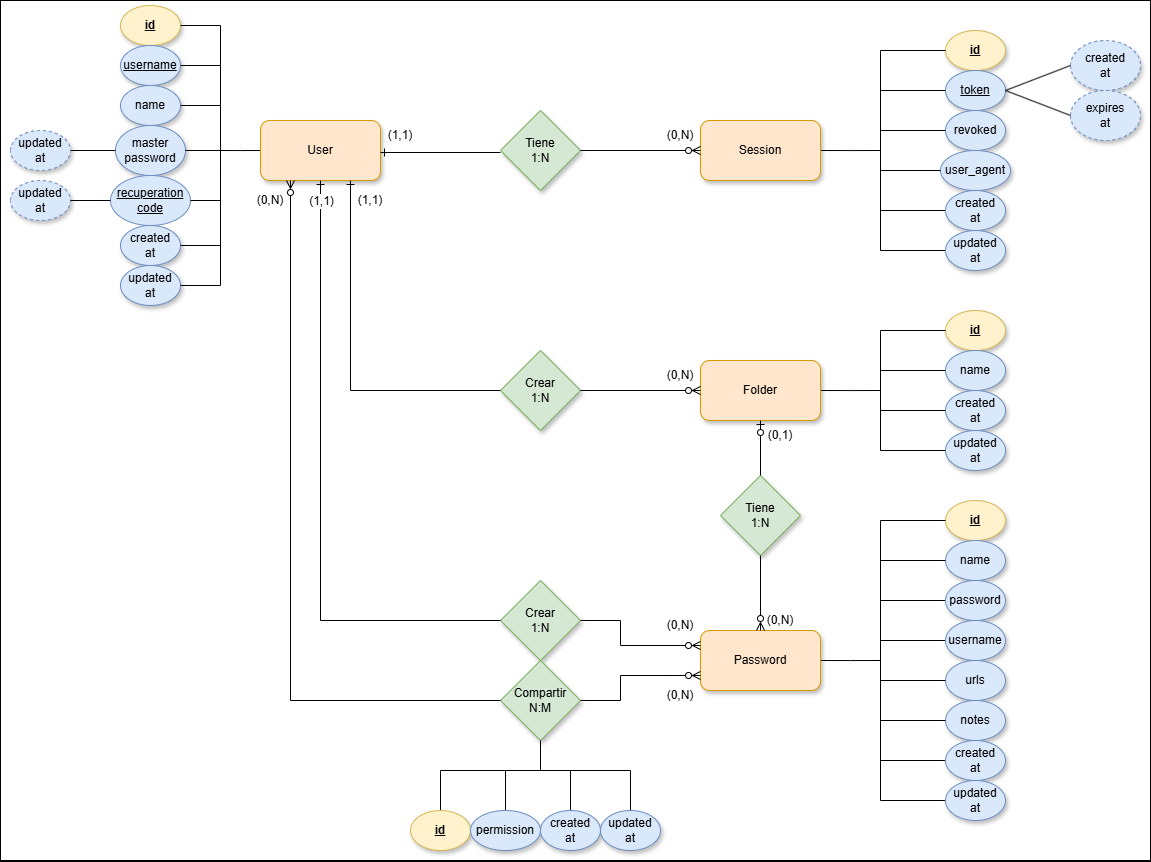
Earlier version of the draw.io export assets/modelo-entidad-relacion.png (miguel-educa/daw-proyecto). Source tidied: cells renumbered, new cells last; positions are measured from the earlier drawing's top-left corner, leaving out a move shared by most shapes.
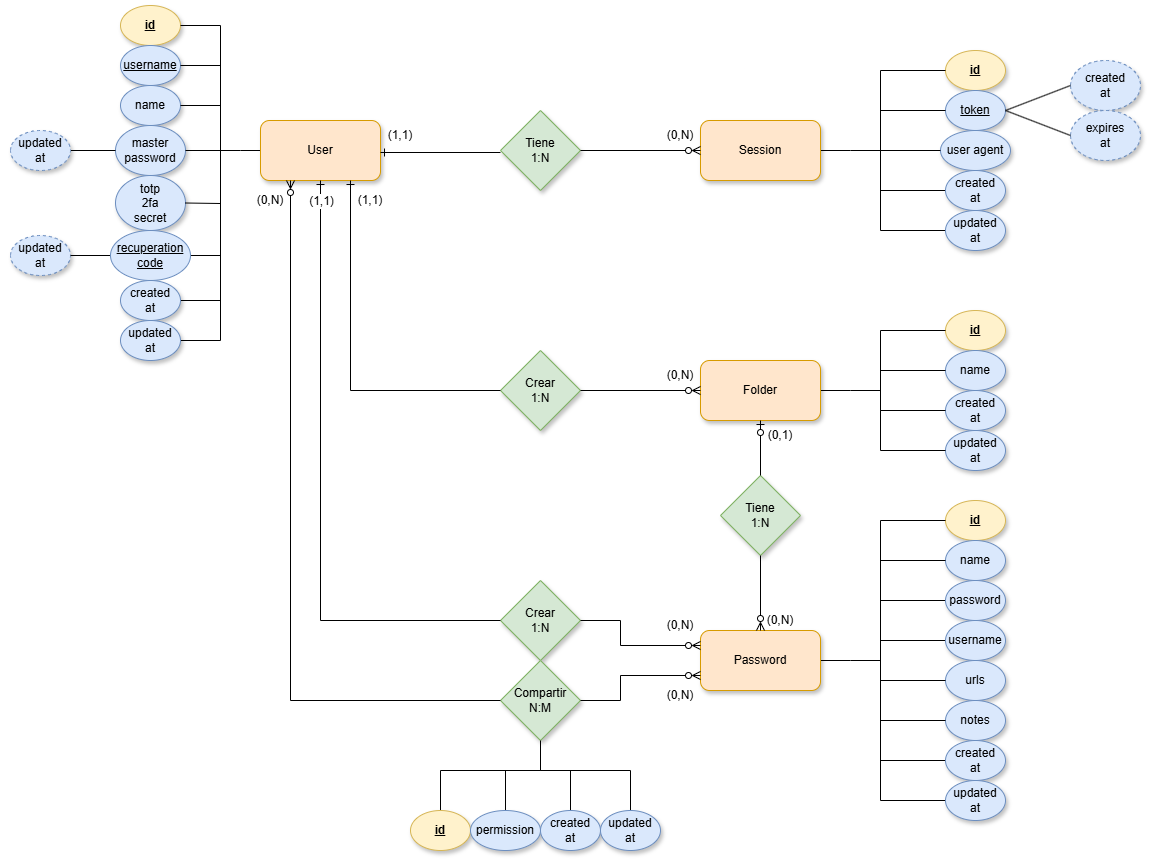
After the change.

The edit, as a diff of the source:
```diff
@@ -2,9 +2,9 @@
   <root>
     <mxCell id="0" />
     <mxCell id="1" parent="0" />
-    <mxCell id="2" style="rounded=0;whiteSpace=wrap;html=1;" parent="1" vertex="1">
-      <mxGeometry width="1150" height="860" as="geometry" />
-    </mxCell>
+    <mxCell id="103" style="rounded=0;whiteSpace=wrap;html=1;strokeColor=none;" parent="1" vertex="1">
+      <mxGeometry width="1150" height="860" as="geometry" />
+    </mxCell>
     <mxCell id="3" value="id" style="ellipse;whiteSpace=wrap;html=1;fontStyle=5;fillColor=#fff2cc;strokeColor=#d6b656;shadow=1;" parent="1" vertex="1">
       <mxGeometry x="120" y="5" width="60" height="40" as="geometry" />
     </mxCell>
@@ -17,15 +17,6 @@
     <mxCell id="6" value="master&lt;div&gt;password&lt;/div&gt;" style="ellipse;whiteSpace=wrap;html=1;fillColor=#dae8fc;strokeColor=#6c8ebf;shadow=1;" parent="1" vertex="1">
       <mxGeometry x="115" y="125" width="70" height="50" as="geometry" />
     </mxCell>
-    <mxCell id="7" value="&lt;u&gt;recuperation&lt;/u&gt;&lt;div&gt;&lt;u&gt;code&lt;/u&gt;&lt;/div&gt;" style="ellipse;whiteSpace=wrap;html=1;fillColor=#dae8fc;strokeColor=#6c8ebf;" parent="1" vertex="1">
-      <mxGeometry x="110" y="175" width="80" height="50" as="geometry" />
-    </mxCell>
-    <mxCell id="8" value="created&lt;div&gt;at&lt;/div&gt;" style="ellipse;whiteSpace=wrap;html=1;fillColor=#dae8fc;strokeColor=#6c8ebf;shadow=1;" parent="1" vertex="1">
-      <mxGeometry x="120" y="225" width="60" height="40" as="geometry" />
-    </mxCell>
-    <mxCell id="9" value="updated&lt;div&gt;at&lt;/div&gt;" style="ellipse;whiteSpace=wrap;html=1;fillColor=#dae8fc;strokeColor=#6c8ebf;shadow=1;" parent="1" vertex="1">
-      <mxGeometry x="120" y="265" width="60" height="40" as="geometry" />
-    </mxCell>
     <mxCell id="10" style="edgeStyle=orthogonalEdgeStyle;rounded=0;jettySize=auto;html=1;exitX=0;exitY=0.5;exitDx=0;exitDy=0;strokeColor=default;endArrow=none;startFill=0;" parent="1" edge="1" source="11">
       <mxGeometry relative="1" as="geometry">
         <mxPoint x="220" y="150" as="targetPoint" />
@@ -52,17 +43,17 @@
     </mxCell>
     <mxCell id="15" style="endArrow=none;html=1;rounded=0;entryX=1;entryY=0.5;entryDx=0;entryDy=0;strokeColor=default;" parent="1" edge="1" target="7">
       <mxGeometry relative="1" as="geometry">
-        <mxPoint x="220" y="170" as="sourcePoint" />
+        <mxPoint x="220" y="225" as="sourcePoint" />
         <Array as="points">
-          <mxPoint x="220" y="200" />
+          <mxPoint x="220" y="255" />
         </Array>
       </mxGeometry>
     </mxCell>
     <mxCell id="16" style="endArrow=none;html=1;rounded=0;entryX=1;entryY=0.5;entryDx=0;entryDy=0;strokeColor=default;" parent="1" edge="1" target="9">
       <mxGeometry relative="1" as="geometry">
-        <mxPoint x="220" y="170" as="sourcePoint" />
+        <mxPoint x="220" y="225" as="sourcePoint" />
         <Array as="points">
-          <mxPoint x="220" y="285" />
+          <mxPoint x="220" y="340" />
         </Array>
       </mxGeometry>
     </mxCell>
@@ -84,23 +75,23 @@
     </mxCell>
     <mxCell id="19" style="endArrow=none;html=1;rounded=0;entryX=1;entryY=0.5;entryDx=0;entryDy=0;strokeColor=default;" parent="1" edge="1" target="8">
       <mxGeometry relative="1" as="geometry">
-        <mxPoint x="220" y="170" as="sourcePoint" />
+        <mxPoint x="220" y="150" as="sourcePoint" />
         <Array as="points">
-          <mxPoint x="220" y="245" />
+          <mxPoint x="220" y="300" />
         </Array>
       </mxGeometry>
     </mxCell>
     <mxCell id="20" value="id" style="ellipse;whiteSpace=wrap;html=1;direction=west;fontStyle=5;fillColor=#fff2cc;strokeColor=#d6b656;shadow=1;" parent="1" vertex="1">
-      <mxGeometry x="945" y="30" width="60" height="40" as="geometry" />
+      <mxGeometry x="945" y="50" width="60" height="40" as="geometry" />
     </mxCell>
     <mxCell id="21" value="&lt;u&gt;token&lt;/u&gt;" style="ellipse;whiteSpace=wrap;html=1;direction=west;fillColor=#dae8fc;strokeColor=#6c8ebf;shadow=1;" parent="1" vertex="1">
-      <mxGeometry x="945" y="70" width="60" height="40" as="geometry" />
+      <mxGeometry x="945" y="90" width="60" height="40" as="geometry" />
     </mxCell>
     <mxCell id="22" value="&lt;div&gt;created&lt;div&gt;at&lt;/div&gt;&lt;/div&gt;" style="ellipse;whiteSpace=wrap;html=1;direction=west;fillColor=#dae8fc;strokeColor=#6c8ebf;shadow=1;dashed=1;" parent="1" vertex="1">
-      <mxGeometry x="1070" y="40" width="70" height="50" as="geometry" />
+      <mxGeometry x="1070" y="60" width="70" height="50" as="geometry" />
     </mxCell>
     <mxCell id="23" value="&lt;div&gt;expires&lt;/div&gt;&lt;div&gt;at&lt;/div&gt;" style="ellipse;whiteSpace=wrap;html=1;direction=west;fillColor=#dae8fc;strokeColor=#6c8ebf;shadow=1;dashed=1;" parent="1" vertex="1">
-      <mxGeometry x="1070" y="90" width="70" height="50" as="geometry" />
+      <mxGeometry x="1070" y="110" width="70" height="50" as="geometry" />
     </mxCell>
     <mxCell id="24" style="edgeStyle=orthogonalEdgeStyle;rounded=0;jettySize=auto;html=1;exitX=0;exitY=0.5;exitDx=0;exitDy=0;strokeColor=default;endArrow=none;startFill=0;" parent="1" edge="1" source="25">
       <mxGeometry relative="1" as="geometry">
@@ -114,7 +105,7 @@
       <mxGeometry relative="1" as="geometry">
         <mxPoint x="880" y="150" as="sourcePoint" />
         <Array as="points">
-          <mxPoint x="880" y="50" />
+          <mxPoint x="880" y="70" />
         </Array>
       </mxGeometry>
     </mxCell>
@@ -125,7 +116,7 @@
       <mxGeometry relative="1" as="geometry">
         <mxPoint x="880" y="150" as="sourcePoint" />
         <Array as="points">
-          <mxPoint x="880" y="250" />
+          <mxPoint x="880" y="230" />
         </Array>
       </mxGeometry>
     </mxCell>
@@ -137,13 +128,13 @@
         <mxPoint x="880" y="170" as="sourcePoint" />
         <Array as="points">
           <mxPoint x="880" y="150" />
-          <mxPoint x="880" y="90" />
+          <mxPoint x="880" y="110" />
         </Array>
       </mxGeometry>
     </mxCell>
     <mxCell id="31" style="endArrow=none;html=1;rounded=0;entryX=1;entryY=0.5;entryDx=0;entryDy=0;strokeColor=default;" parent="1" edge="1" target="100">
       <mxGeometry relative="1" as="geometry">
-        <mxPoint x="880" y="210" as="sourcePoint" />
+        <mxPoint x="880" y="190" as="sourcePoint" />
       </mxGeometry>
     </mxCell>
     <mxCell id="32" value="Tiene&lt;div&gt;1:N&lt;/div&gt;" style="rhombus;whiteSpace=wrap;html=1;fillColor=#d5e8d4;strokeColor=#82b366;shadow=1;" parent="1" vertex="1">
@@ -373,7 +364,7 @@
       <mxGeometry x="10" y="130" width="60" height="40" as="geometry" />
     </mxCell>
     <mxCell id="81" value="updated&lt;div&gt;at&lt;/div&gt;" style="ellipse;whiteSpace=wrap;html=1;direction=west;fillColor=#dae8fc;strokeColor=#6c8ebf;shadow=1;dashed=1;" parent="1" vertex="1">
-      <mxGeometry x="10" y="180" width="60" height="40" as="geometry" />
+      <mxGeometry x="10" y="235" width="60" height="40" as="geometry" />
     </mxCell>
     <mxCell id="82" style="endArrow=none;html=1;rounded=0;entryX=0;entryY=0.5;entryDx=0;entryDy=0;exitX=0;exitY=0.5;exitDx=0;exitDy=0;strokeColor=default;" parent="1" edge="1" source="7" target="81">
       <mxGeometry relative="1" as="geometry" />
@@ -387,17 +378,6 @@
     <mxCell id="85" value="(0,N)" style="text;html=1;align=center;verticalAlign=middle;whiteSpace=wrap;rounded=0;" parent="1" vertex="1">
       <mxGeometry x="240" y="185" width="60" height="30" as="geometry" />
     </mxCell>
-    <mxCell id="86" value="revoked" style="ellipse;whiteSpace=wrap;html=1;fillColor=#dae8fc;strokeColor=#6c8ebf;shadow=1;" parent="1" vertex="1">
-      <mxGeometry x="945" y="110" width="60" height="40" as="geometry" />
-    </mxCell>
-    <mxCell id="87" style="endArrow=none;html=1;rounded=0;entryX=0;entryY=0.5;entryDx=0;entryDy=0;strokeColor=default;" parent="1" edge="1" target="86">
-      <mxGeometry relative="1" as="geometry">
-        <mxPoint x="880" y="150" as="sourcePoint" />
-        <Array as="points">
-          <mxPoint x="880" y="130" />
-        </Array>
-      </mxGeometry>
-    </mxCell>
     <mxCell id="88" style="endArrow=none;html=1;rounded=0;exitX=0.5;exitY=1;exitDx=0;exitDy=0;strokeColor=default;" parent="1" edge="1" source="76">
       <mxGeometry relative="1" as="geometry">
         <mxPoint x="540" y="770" as="targetPoint" />
@@ -453,22 +433,39 @@
     <mxCell id="98" value="updated&lt;div&gt;at&lt;/div&gt;" style="ellipse;whiteSpace=wrap;html=1;direction=west;fillColor=#dae8fc;strokeColor=#6c8ebf;shadow=1;" parent="1" vertex="1">
       <mxGeometry x="945" y="780" width="60" height="40" as="geometry" />
     </mxCell>
-    <mxCell id="99" value="user_agent" style="ellipse;whiteSpace=wrap;html=1;fillColor=#dae8fc;strokeColor=#6c8ebf;shadow=1;" parent="1" vertex="1">
-      <mxGeometry x="940" y="150" width="70" height="40" as="geometry" />
+    <mxCell id="99" value="user agent" style="ellipse;whiteSpace=wrap;html=1;fillColor=#dae8fc;strokeColor=#6c8ebf;shadow=1;" parent="1" vertex="1">
+      <mxGeometry x="940" y="130" width="70" height="40" as="geometry" />
     </mxCell>
     <mxCell id="100" value="created&lt;div&gt;at&lt;/div&gt;" style="ellipse;whiteSpace=wrap;html=1;direction=west;fillColor=#dae8fc;strokeColor=#6c8ebf;shadow=1;" parent="1" vertex="1">
-      <mxGeometry x="945" y="190" width="60" height="40" as="geometry" />
+      <mxGeometry x="945" y="170" width="60" height="40" as="geometry" />
     </mxCell>
     <mxCell id="101" value="updated&lt;div&gt;at&lt;/div&gt;" style="ellipse;whiteSpace=wrap;html=1;direction=west;fillColor=#dae8fc;strokeColor=#6c8ebf;shadow=1;" parent="1" vertex="1">
-      <mxGeometry x="945" y="230" width="60" height="40" as="geometry" />
+      <mxGeometry x="945" y="210" width="60" height="40" as="geometry" />
     </mxCell>
     <mxCell id="102" style="endArrow=none;html=1;rounded=0;entryX=0;entryY=0.5;entryDx=0;entryDy=0;strokeColor=default;" parent="1" edge="1" target="99">
       <mxGeometry relative="1" as="geometry">
         <mxPoint x="880" y="150" as="sourcePoint" />
-        <Array as="points">
-          <mxPoint x="880" y="170" />
-        </Array>
       </mxGeometry>
     </mxCell>
+    <mxCell id="104" value="totp&lt;br&gt;&lt;div&gt;2fa&lt;/div&gt;&lt;div&gt;secret&lt;/div&gt;" style="ellipse;whiteSpace=wrap;html=1;fillColor=#dae8fc;strokeColor=#6c8ebf;shadow=1;" parent="1" vertex="1">
+      <mxGeometry x="115" y="175" width="70" height="55" as="geometry" />
+    </mxCell>
+    <mxCell id="105" style="endArrow=none;html=1;rounded=0;entryX=1;entryY=0.5;entryDx=0;entryDy=0;strokeColor=default;" parent="1" edge="1" target="104">
+      <mxGeometry relative="1" as="geometry">
+        <mxPoint x="220" y="150" as="sourcePoint" />
+        <Array as="points">
+          <mxPoint x="220" y="203" />
+        </Array>
+      </mxGeometry>
+    </mxCell>
+    <mxCell id="7" value="&lt;u&gt;recuperation&lt;/u&gt;&lt;div&gt;&lt;u&gt;code&lt;/u&gt;&lt;/div&gt;" style="ellipse;whiteSpace=wrap;html=1;fillColor=#dae8fc;strokeColor=#6c8ebf;" parent="1" vertex="1">
+      <mxGeometry x="110" y="230" width="80" height="50" as="geometry" />
+    </mxCell>
+    <mxCell id="8" value="created&lt;div&gt;at&lt;/div&gt;" style="ellipse;whiteSpace=wrap;html=1;fillColor=#dae8fc;strokeColor=#6c8ebf;shadow=1;" parent="1" vertex="1">
+      <mxGeometry x="120" y="280" width="60" height="40" as="geometry" />
+    </mxCell>
+    <mxCell id="9" value="updated&lt;div&gt;at&lt;/div&gt;" style="ellipse;whiteSpace=wrap;html=1;fillColor=#dae8fc;strokeColor=#6c8ebf;shadow=1;" parent="1" vertex="1">
+      <mxGeometry x="120" y="320" width="60" height="40" as="geometry" />
+    </mxCell>
   </root>
 </mxGraphModel>
```
